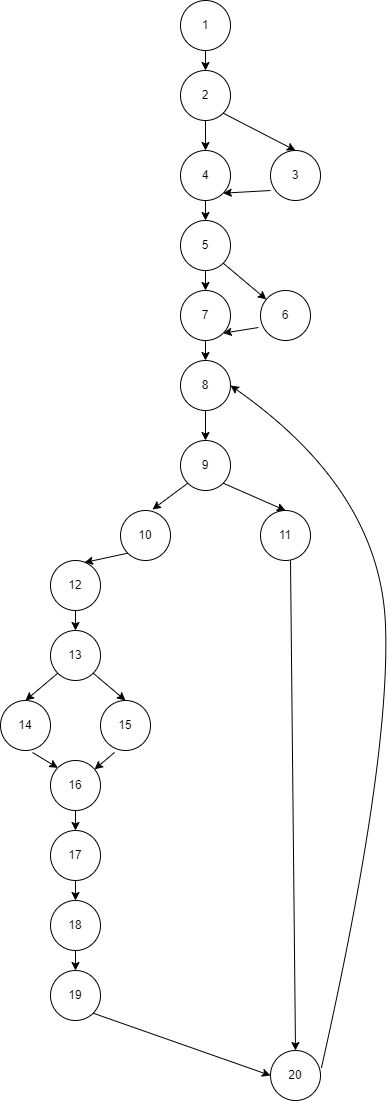
Before: CFG_png.png, a diagram exported from draw.io (AnitaNikolovska/SI_2022_lab2_151163). Source tidied: cells renumbered, new cells last; positions are measured from the earlier drawing's top-left corner, leaving out a move shared by most shapes.
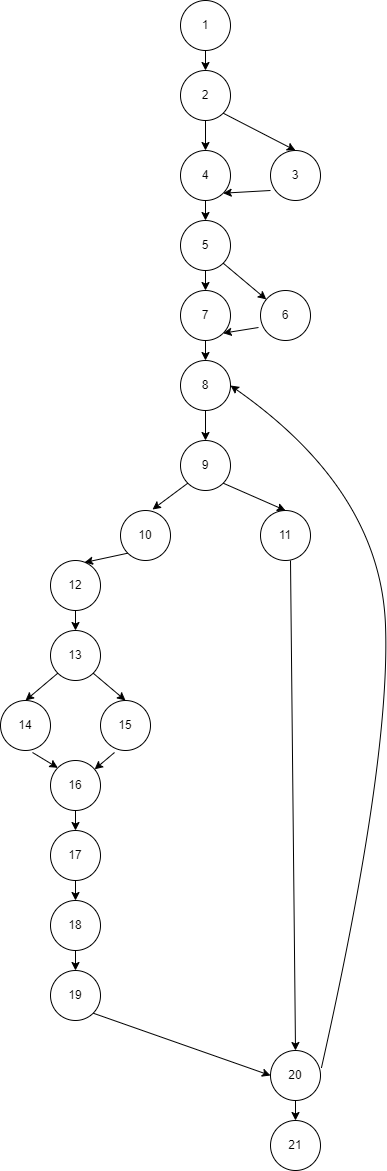
Later version of the same file.

Diff of the diagram source:
```diff
@@ -143,5 +143,11 @@
     <mxCell id="45" style="endArrow=classic;html=1;rounded=0;exitX=1;exitY=1;exitDx=0;exitDy=0;entryX=0;entryY=0.5;entryDx=0;entryDy=0;" parent="1" edge="1" source="43" target="25">
       <mxGeometry relative="1" as="geometry" />
     </mxCell>
+    <mxCell id="46" value="21" style="ellipse;whiteSpace=wrap;html=1;" parent="1" vertex="1">
+      <mxGeometry x="270" y="1120" width="50" height="50" as="geometry" />
+    </mxCell>
+    <mxCell id="47" style="endArrow=classic;html=1;rounded=0;exitX=0.5;exitY=1;exitDx=0;exitDy=0;entryX=0.5;entryY=0;entryDx=0;entryDy=0;" parent="1" edge="1" source="25" target="46">
+      <mxGeometry relative="1" as="geometry" />
+    </mxCell>
   </root>
 </mxGraphModel>
```
